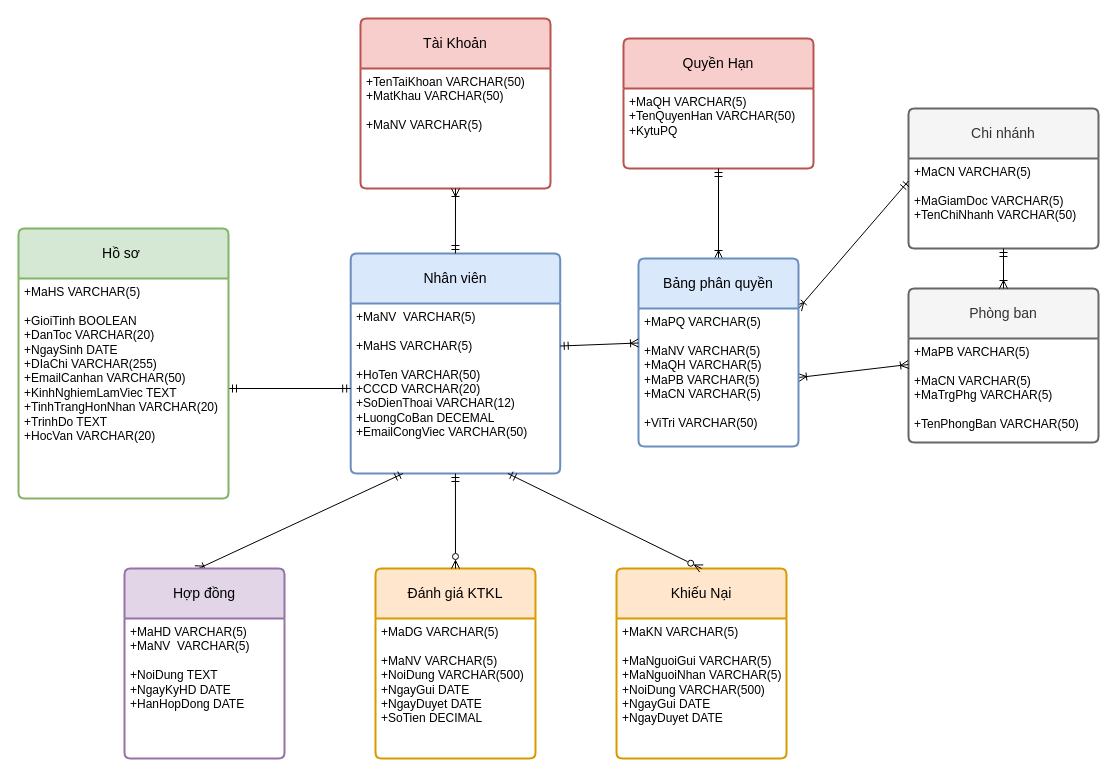
Before: Untitled Diagram.drawio in dunkvippro/Quanlythuexe, a draw.io diagram. Source tidied: cells renumbered, new cells numbered last; positions are measured from the earlier drawing's top-left corner, leaving out a move shared by most shapes. Both pictures are drawn from the tidied source at 100%, with x=0, y=0 at pixel (18, 18).
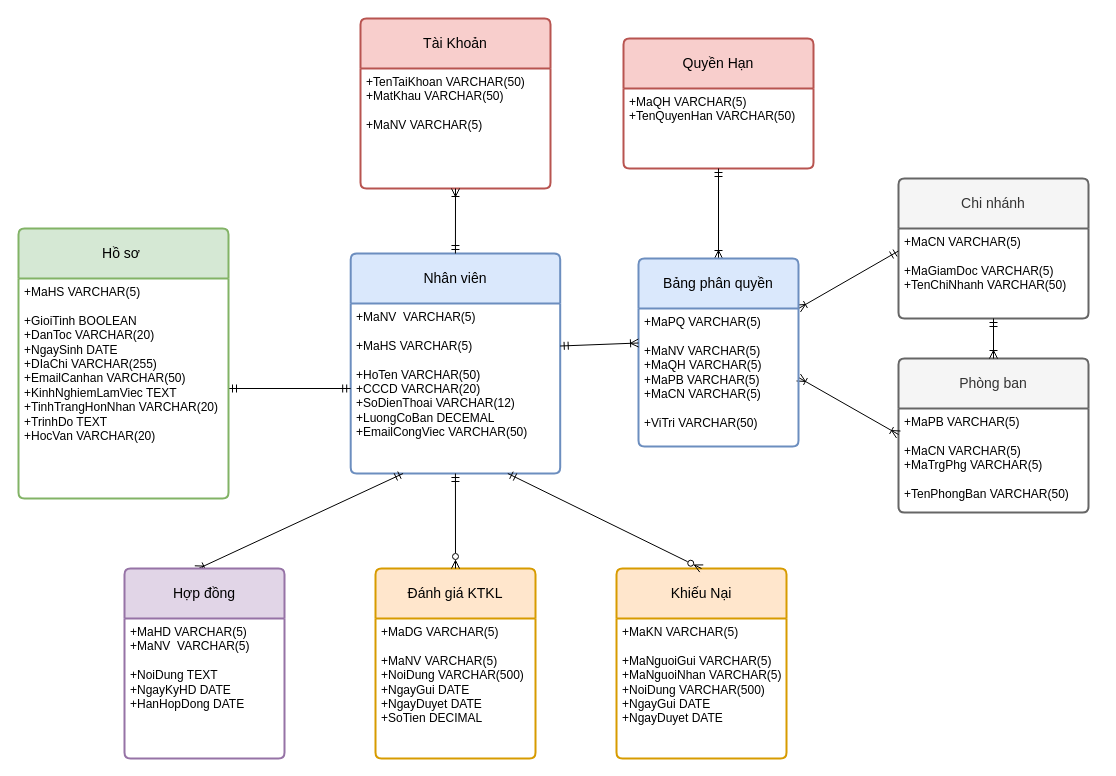
After the change.

The change refers to these unchanged cells:
```xml
<mxCell id="4" value="Quyền Hạn" style="swimlane;horizontal=1;startSize=50;rounded=1;fontSize=14;fontStyle=0;strokeWidth=2;shadow=0;dashed=0;align=center;arcSize=4;whiteSpace=wrap;html=1;fillColor=#f8cecc;strokeColor=#b85450;" parent="1" vertex="1">
  <mxGeometry x="605" y="20" width="190" height="130" as="geometry" />
</mxCell>
```

Diff of the diagram source:
```diff
@@
-    <mxCell id="5" value="+MaQH VARCHAR(5)&lt;br&gt;+TenQuyenHan VARCHAR(50)&lt;br&gt;+KytuPQ" style="align=left;strokeColor=none;fillColor=none;spacingLeft=4;fontSize=12;verticalAlign=top;html=1;" parent="4" vertex="1">
+    <mxCell id="5" value="+MaQH VARCHAR(5)&lt;br&gt;+TenQuyenHan VARCHAR(50)&lt;br&gt;" style="align=left;strokeColor=none;fillColor=none;spacingLeft=4;fontSize=12;verticalAlign=top;html=1;" parent="4" vertex="1">
       <mxGeometry y="50" width="190" height="80" as="geometry" />
     </mxCell>
@@
     <mxCell id="9" value="Phòng ban" style="swimlane;horizontal=1;startSize=50;rounded=1;fontSize=14;fontStyle=0;strokeWidth=2;shadow=0;dashed=0;align=center;arcSize=4;whiteSpace=wrap;html=1;fillColor=#f5f5f5;strokeColor=#666666;fontColor=#333333;" parent="1" vertex="1">
-      <mxGeometry x="890" y="270" width="190" height="154" as="geometry" />
+      <mxGeometry x="880" y="340" width="190" height="154" as="geometry" />
     </mxCell>
@@
     <mxCell id="11" value="Chi nhánh" style="swimlane;horizontal=1;startSize=50;rounded=1;fontSize=14;fontStyle=0;strokeWidth=2;shadow=0;dashed=0;align=center;arcSize=4;whiteSpace=wrap;html=1;fillColor=#f5f5f5;strokeColor=#666666;fontColor=#333333;" parent="1" vertex="1">
-      <mxGeometry x="890" y="90" width="190" height="140" as="geometry" />
+      <mxGeometry x="880" y="160" width="190" height="140" as="geometry" />
     </mxCell>
```
